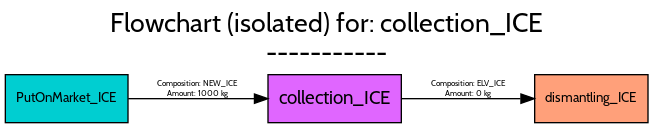
Earlier version of the Graphviz export src/examples/ELV/figures/flowcharts/processes/png/collection_ICE.png (FutuRaM-Project/Recovery-Model). Its source is kept beside it as src/examples/ELV/figures/flowcharts/processes/dot/collection_ICE.dot.
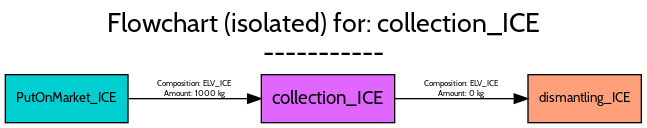
The same file after the commit.

Diff of the diagram source:
```diff
@@ -1,5 +1,5 @@
 digraph {
-	graph [bb="0,0,482,88",
+	graph [bb="0,0,477,88",
 		font=Cabin,
 		fontname=Cabin,
 		fontsize=20,
@@ -8,7 +8,7 @@
 		labeljust=c,
 		labelloc=tc,
 		lheight=0.61,
-		lp="241,62",
+		lp="238.5,62",
 		lwidth=4.51,
 		nodesep=0.6,
 		rankdir=LR,
@@ -19,7 +19,7 @@
 		fontname=Cabin,
 		fontsize=14,
 		height=0.5,
-		pos="247,18",
+		pos="242,18",
 		shape=box,
 		style=filled,
 		width=1.3889];
@@ -27,7 +27,7 @@
 		fontname=Cabin,
 		fontsize=10,
 		height=0.5,
-		pos="439.5,18",
+		pos="434.5,18",
 		shape=box,
 		style=filled,
 		width=1.1806];
@@ -36,8 +36,8 @@
 		fontsize=6,
 		label="Composition: ELV_ICE
 Amount: 0 kg",
-		lp="347,25",
-		pos="e,396.71,18 297.06,18 324.43,18 358.51,18 386.37,18"];
+		lp="342,25",
+		pos="e,391.71,18 292.06,18 319.43,18 353.51,18 381.37,18"];
 	PutOnMarket_ICE	[fillcolor=darkturquoise,
 		fontname=Cabin,
 		fontsize=10,
@@ -49,8 +49,8 @@
 	PutOnMarket_ICE -> collection_ICE	[color=black,
 		fontname=Cabin,
 		fontsize=6,
-		label="Composition: NEW_ICE
+		label="Composition: ELV_ICE
 Amount: 1000 kg",
-		lp="144.5,25",
-		pos="e,196.84,18 92.156,18 120.18,18 156.5,18 186.81,18"];
+		lp="142,25",
+		pos="e,191.72,18 92.484,18 119.02,18 152.79,18 181.43,18"];
 }
```
